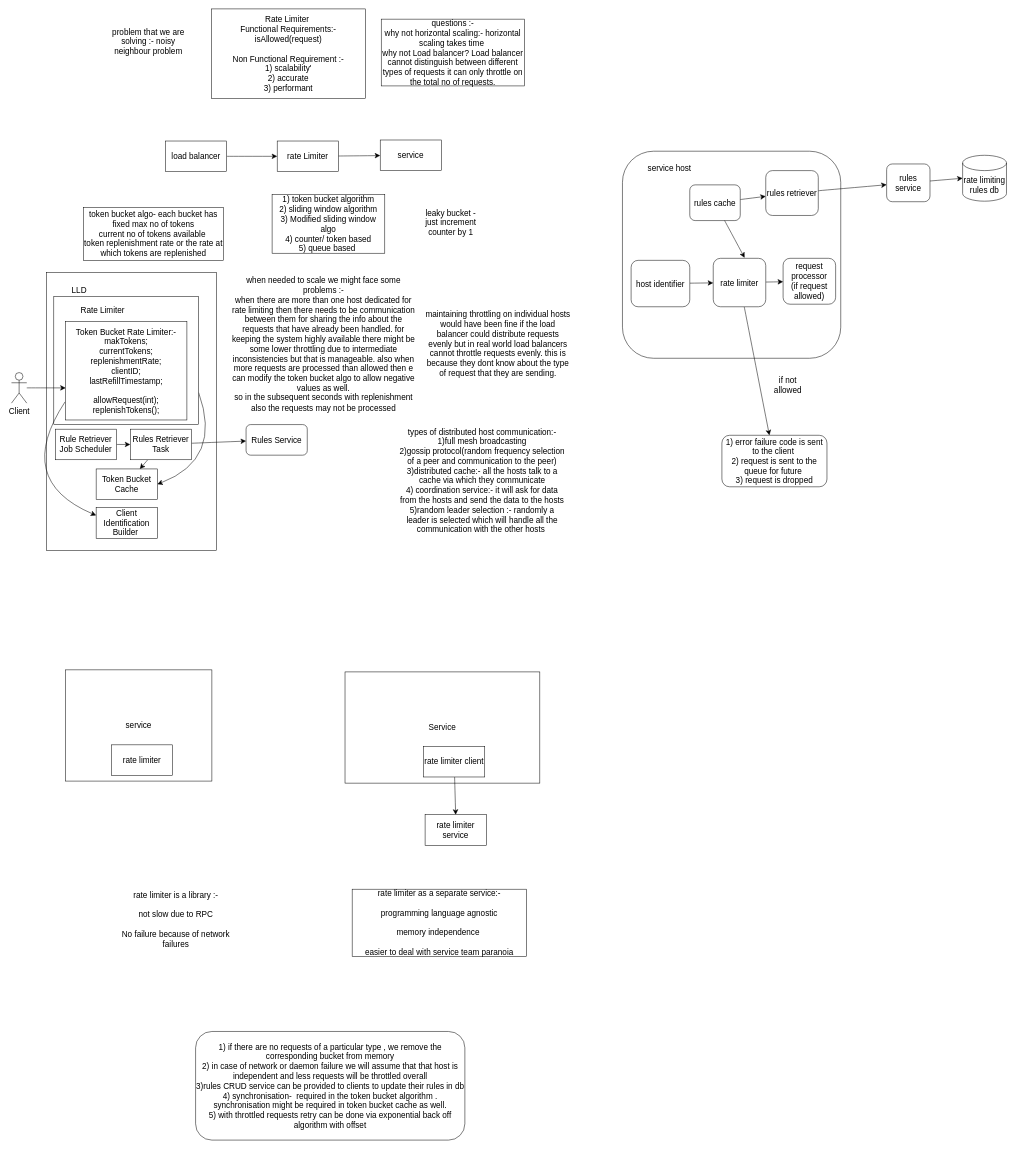
Above: page "Rate Limiting Service" (4 of 4) of NonCodeKarleHLD.drawio in DMohanty99/HLD (draw.io), before the change. Source tidied: cells renumbered, new cells numbered last; positions are measured from the earlier drawing's top-left corner, leaving out a move shared by most shapes. Both pictures are drawn from the tidied source at 51%, with x=0, y=0 at pixel (11, 9).
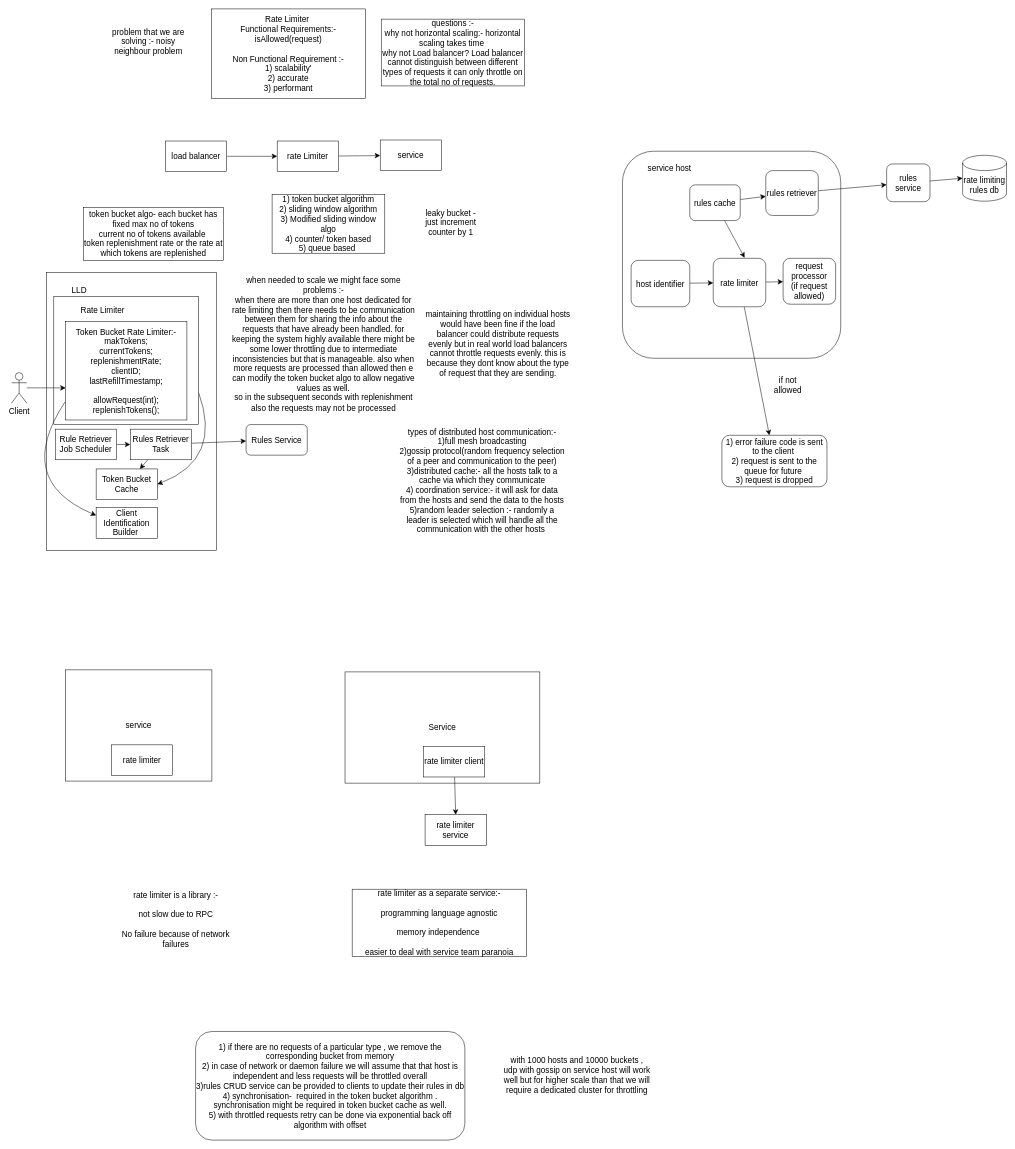
The same page after the edit.

Commit message:
updated rate limiter diagram

Change to the diagram source:
```diff
@@
+    <mxCell id="60" value="with 1000 hosts and 10000 buckets , udp with gossip on service host will work well but for higher scale than that we will require a dedicated cluster for throttling" style="text;html=1;strokeColor=none;fillColor=none;align=center;verticalAlign=middle;whiteSpace=wrap;rounded=0;fontSize=16;" parent="1" vertex="1">
+      <mxGeometry x="964" y="2031" width="290" height="119" as="geometry" />
+    </mxCell>
```
